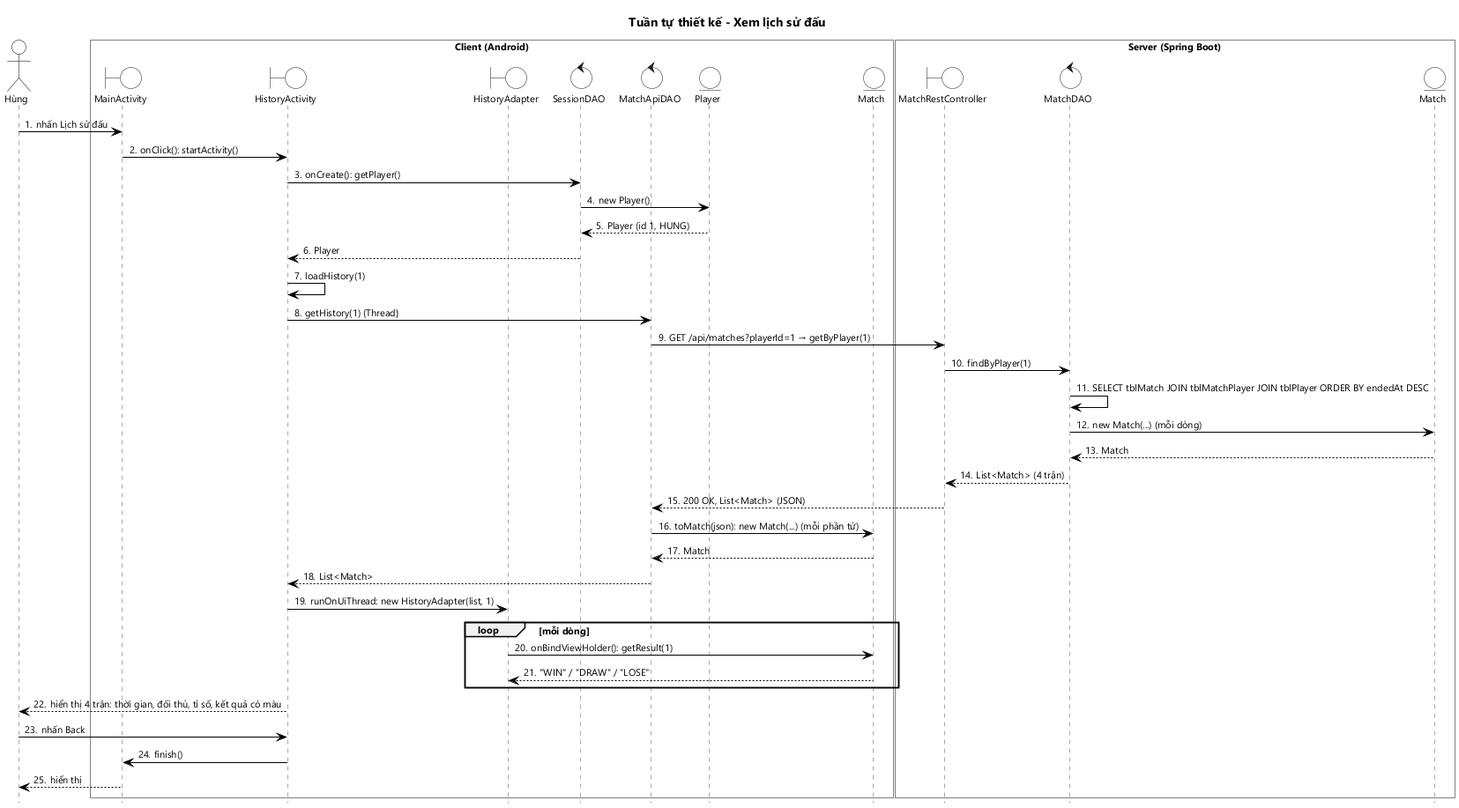
Earlier version of the PlantUML export docs/hung/tuan-tu-thiet-ke-uc06.png (HungNguyenBa1811/math-dash).
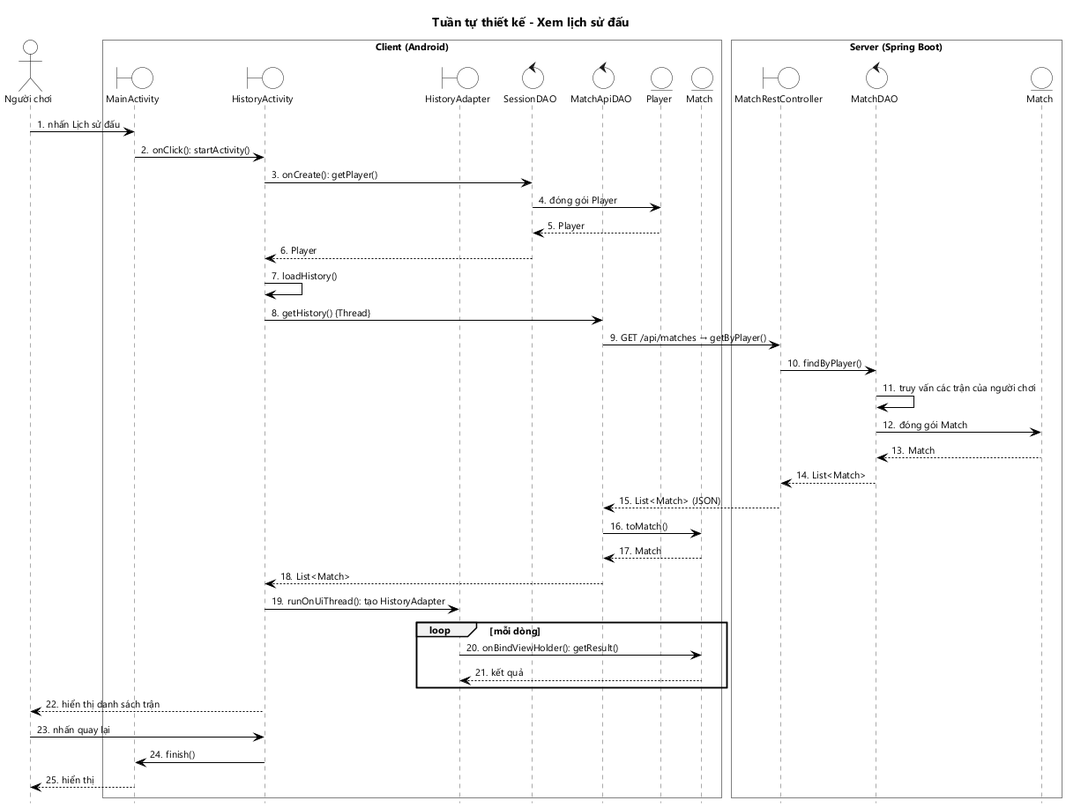
After the commit.

What changed in the source:
```diff
@@ -2,7 +2,7 @@
 !include _seq.iuml
 title Tuần tự thiết kế - Xem lịch sử đấu
 
-actor "Hùng" as U
+actor "Người chơi" as U
 box "Client (Android)" #FFFFFF
 boundary MainActivity as MA
 boundary HistoryActivity as HA
@@ -21,28 +21,28 @@
 U -> MA : nhấn Lịch sử đấu
 MA -> HA : onClick(): startActivity()
 HA -> SD : onCreate(): getPlayer()
-SD -> P : new Player()
-P --> SD : Player (id 1, HUNG)
+SD -> P : đóng gói Player
+P --> SD : Player
 SD --> HA : Player
-HA -> HA : loadHistory(1)
-HA -> MAD : getHistory(1) {Thread}
-MAD -> MRC : GET /api/matches?playerId=1 → getByPlayer(1)
-MRC -> MD : findByPlayer(1)
-MD -> MD : SELECT tblMatch JOIN tblMatchPlayer JOIN tblPlayer ORDER BY endedAt DESC
-MD -> SM : new Match(...) (mỗi dòng)
+HA -> HA : loadHistory()
+HA -> MAD : getHistory() {Thread}
+MAD -> MRC : GET /api/matches → getByPlayer()
+MRC -> MD : findByPlayer()
+MD -> MD : truy vấn các trận của người chơi
+MD -> SM : đóng gói Match
 SM --> MD : Match
-MD --> MRC : List<Match> (4 trận)
-MRC --> MAD : 200 OK, List<Match> (JSON)
-MAD -> M : toMatch(json): new Match(...) (mỗi phần tử)
+MD --> MRC : List<Match>
+MRC --> MAD : List<Match> (JSON)
+MAD -> M : toMatch()
 M --> MAD : Match
 MAD --> HA : List<Match>
-HA -> AD : runOnUiThread: new HistoryAdapter(list, 1)
+HA -> AD : runOnUiThread(): tạo HistoryAdapter
 loop mỗi dòng
-  AD -> M : onBindViewHolder(): getResult(1)
-  M --> AD : "WIN" / "DRAW" / "LOSE"
+  AD -> M : onBindViewHolder(): getResult()
+  M --> AD : kết quả
 end
-HA --> U : hiển thị 4 trận: thời gian, đối thủ, tỉ số, kết quả có màu
-U -> HA : nhấn Back
+HA --> U : hiển thị danh sách trận
+U -> HA : nhấn quay lại
 HA -> MA : finish()
 MA --> U : hiển thị
 @enduml
```
